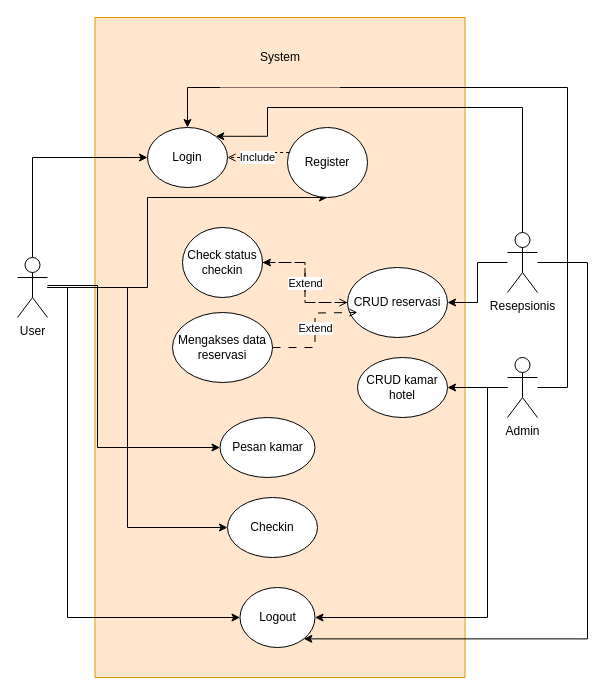
raskolnikov64/diagram-ukk keeps this draw.io diagram as Untitled Diagram.drawio. Above is the earlier version. Source tidied: cells renumbered, new cells numbered last; positions are measured from the earlier drawing's top-left corner, leaving out a move shared by most shapes. Both pictures are drawn from the tidied source at 100%, with x=0, y=0 at pixel (17, 17).
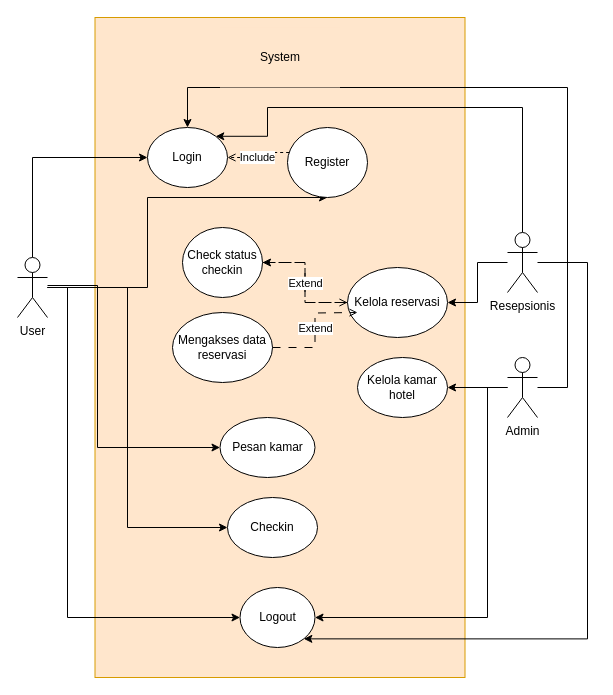
After the change.

The edit, as a diff of the source:
```diff
@@
-    <mxCell id="21" value="CRUD kamar hotel" style="ellipse;whiteSpace=wrap;html=1;" parent="1" vertex="1">
+    <mxCell id="21" value="Kelola kamar hotel" style="ellipse;whiteSpace=wrap;html=1;" parent="1" vertex="1">
       <mxGeometry x="340" y="340" width="90" height="60" as="geometry" />
     </mxCell>
@@
-    <mxCell id="23" value="CRUD reservasi" style="ellipse;whiteSpace=wrap;html=1;" parent="1" vertex="1">
+    <mxCell id="23" value="Kelola reservasi" style="ellipse;whiteSpace=wrap;html=1;" parent="1" vertex="1">
       <mxGeometry x="330" y="250" width="100" height="70" as="geometry" />
     </mxCell>
```
